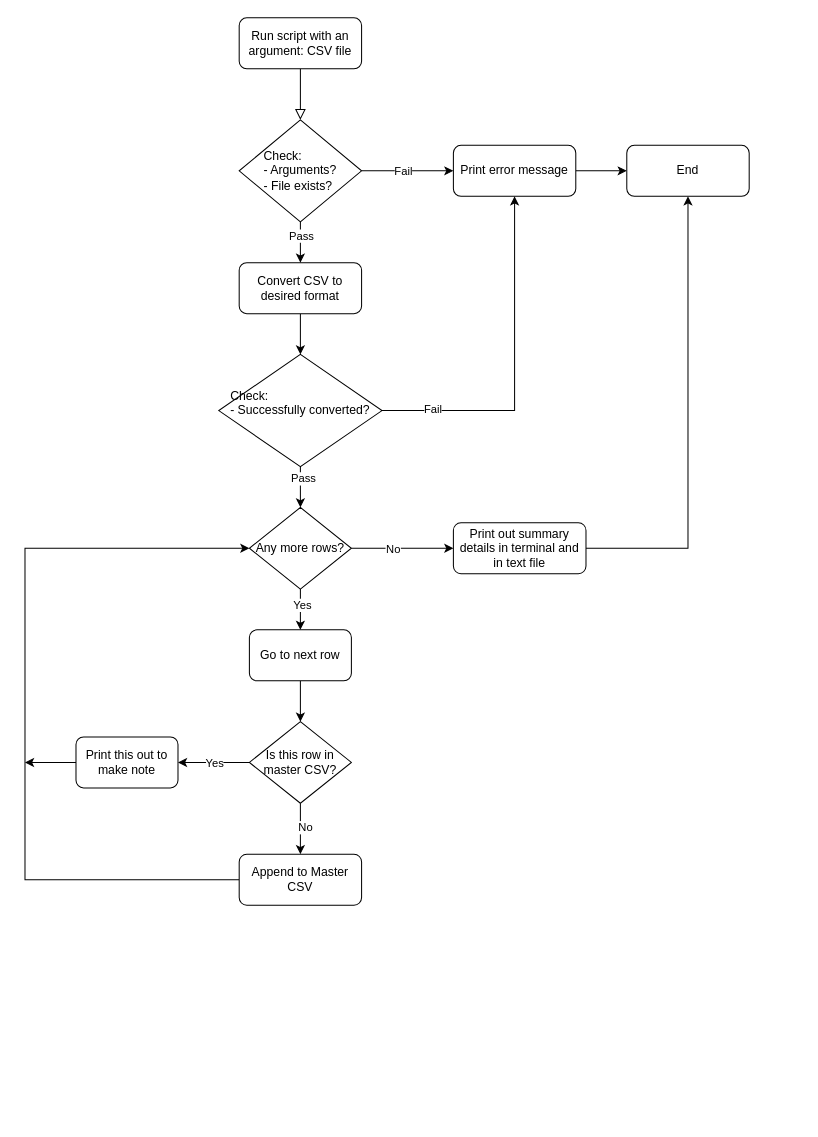
Earlier version of the draw.io diagram tools/trade_history_to_csv/convert_csv_td.drawio (phooten/finance). Source tidied: cells renumbered, new cells numbered last; positions are measured from the earlier drawing's top-left corner, leaving out a move shared by most shapes. Both pictures are drawn from the tidied source at 102%, with x=0, y=0 at pixel (24, 17).
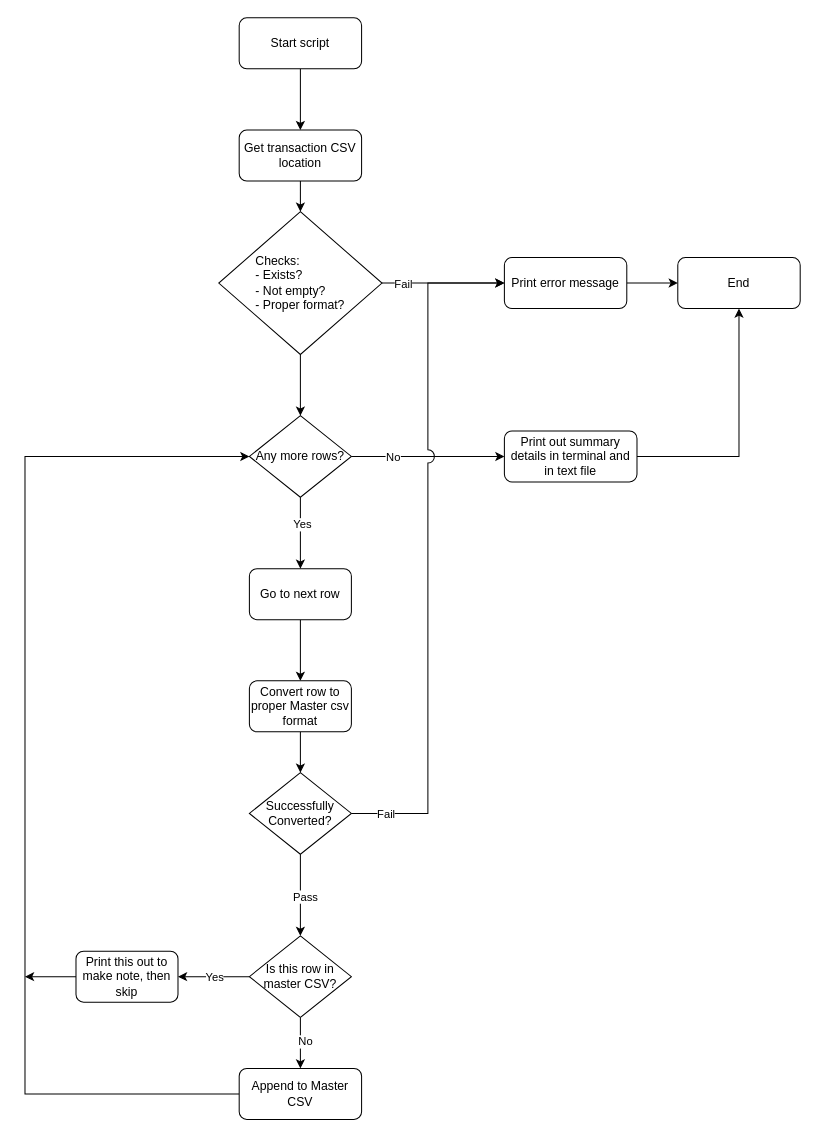
Above is the later version.

The change refers to these unchanged cells:
```xml
<mxCell id="8" style="edgeStyle=orthogonalEdgeStyle;rounded=0;jettySize=auto;html=1;entryX=0;entryY=0.5;entryDx=0;entryDy=0;" parent="1" edge="1" source="12" target="14">
  <mxGeometry relative="1" as="geometry" />
</mxCell>
<mxCell id="28" style="edgeStyle=orthogonalEdgeStyle;rounded=0;jettySize=auto;html=1;entryX=0;entryY=0.5;entryDx=0;entryDy=0;" parent="1" edge="1" source="30" target="32">
  <mxGeometry relative="1" as="geometry" />
</mxCell>
```

Change to the diagram source:
```diff
@@
-    <mxCell id="2" style="rounded=0;html=1;jettySize=auto;fontSize=11;endArrow=block;endFill=0;endSize=8;strokeWidth=1;shadow=0;labelBackgroundColor=none;edgeStyle=orthogonalEdgeStyle;entryX=0.5;entryY=0;entryDx=0;entryDy=0;" parent="1" edge="1" source="3" target="12">
-      <mxGeometry relative="1" as="geometry" />
-    </mxCell>
+    <mxCell id="36" style="edgeStyle=orthogonalEdgeStyle;rounded=0;jettySize=auto;html=1;entryX=0.5;entryY=0;entryDx=0;entryDy=0;" parent="1" edge="1" source="3" target="40">
+      <mxGeometry relative="1" as="geometry" />
+    </mxCell>
-    <mxCell id="3" value="Run script with an argument: CSV file" style="rounded=1;whiteSpace=wrap;html=1;fontSize=12;glass=0;strokeWidth=1;shadow=0;" parent="1" vertex="1">
+    <mxCell id="3" value="Start script" style="rounded=1;whiteSpace=wrap;html=1;fontSize=12;glass=0;strokeWidth=1;shadow=0;" parent="1" vertex="1">
       <mxGeometry x="210" width="120" height="50" as="geometry" />
     </mxCell>
-    <mxCell id="4" style="edgeStyle=orthogonalEdgeStyle;rounded=0;jettySize=auto;html=1;entryX=0.5;entryY=0;entryDx=0;entryDy=0;" parent="1" edge="1" source="5" target="19">
-      <mxGeometry relative="1" as="geometry" />
-    </mxCell>
-    <mxCell id="5" value="Convert CSV to desired format" style="rounded=1;whiteSpace=wrap;html=1;fontSize=12;glass=0;strokeWidth=1;shadow=0;" parent="1" vertex="1">
-      <mxGeometry x="210" y="240" width="120" height="50" as="geometry" />
-    </mxCell>
-    <mxCell id="6" style="edgeStyle=orthogonalEdgeStyle;rounded=0;jettySize=auto;html=1;entryX=0.5;entryY=0;entryDx=0;entryDy=0;" parent="1" edge="1" source="7" target="23">
-      <mxGeometry relative="1" as="geometry" />
-    </mxCell>
+    <mxCell id="37" style="edgeStyle=orthogonalEdgeStyle;rounded=0;jettySize=auto;html=1;entryX=0.5;entryY=0;entryDx=0;entryDy=0;" parent="1" edge="1" source="7" target="42">
+      <mxGeometry relative="1" as="geometry" />
+    </mxCell>
     <mxCell id="7" value="Go to next row" style="rounded=1;whiteSpace=wrap;html=1;fontSize=12;glass=0;strokeWidth=1;shadow=0;" parent="1" vertex="1">
-      <mxGeometry x="220" y="600" width="100" height="50" as="geometry" />
+      <mxGeometry x="220" y="540" width="100" height="50" as="geometry" />
     </mxCell>
@@
     <mxCell id="9" value="Fail" style="edgeLabel;html=1;align=center;verticalAlign=middle;" parent="8" vertex="1">
       <mxGeometry x="-0.3" y="3" relative="1" as="geometry">
-        <mxPoint x="9" y="3" as="offset" />
+        <mxPoint x="-22" y="3" as="offset" />
       </mxGeometry>
     </mxCell>
-    <mxCell id="10" style="edgeStyle=orthogonalEdgeStyle;rounded=0;jettySize=auto;html=1;" parent="1" edge="1" source="12" target="5">
-      <mxGeometry relative="1" as="geometry" />
-    </mxCell>
-    <mxCell id="11" value="Pass" style="edgeLabel;html=1;align=center;verticalAlign=middle;" parent="10" vertex="1">
-      <mxGeometry x="-0.34" relative="1" as="geometry" />
-    </mxCell>
+    <mxCell id="38" style="edgeStyle=orthogonalEdgeStyle;rounded=0;jettySize=auto;html=1;entryX=0.5;entryY=0;entryDx=0;entryDy=0;" parent="1" edge="1" source="12" target="30">
+      <mxGeometry relative="1" as="geometry" />
+    </mxCell>
-    <mxCell id="12" value="&lt;div style=&quot;text-align: left;&quot;&gt;&lt;span style=&quot;background-color: initial;&quot;&gt;Check:&lt;/span&gt;&lt;/div&gt;&lt;div style=&quot;text-align: left;&quot;&gt;&lt;span style=&quot;background-color: initial;&quot;&gt;- Arguments?&lt;/span&gt;&lt;/div&gt;&lt;div style=&quot;text-align: left;&quot;&gt;&lt;span style=&quot;background-color: initial;&quot;&gt;- File exists?&lt;/span&gt;&lt;/div&gt;" style="rhombus;whiteSpace=wrap;html=1;" parent="1" vertex="1">
-      <mxGeometry x="210" y="100" width="120" height="100" as="geometry" />
+    <mxCell id="12" value="&lt;div style=&quot;text-align: left;&quot;&gt;Checks:&lt;/div&gt;&lt;div style=&quot;text-align: left;&quot;&gt;- Exists?&lt;/div&gt;&lt;div style=&quot;text-align: left;&quot;&gt;- Not empty?&lt;br&gt;&lt;/div&gt;&lt;div style=&quot;text-align: left;&quot;&gt;- Proper format?&lt;/div&gt;" style="rhombus;whiteSpace=wrap;html=1;" parent="1" vertex="1">
+      <mxGeometry x="190" y="190" width="160" height="140" as="geometry" />
     </mxCell>
@@
     <mxCell id="14" value="Print error message" style="rounded=1;whiteSpace=wrap;html=1;fontSize=12;glass=0;strokeWidth=1;shadow=0;" parent="1" vertex="1">
-      <mxGeometry x="420" y="125" width="120" height="50" as="geometry" />
+      <mxGeometry x="470" y="235" width="120" height="50" as="geometry" />
     </mxCell>
-    <mxCell id="15" style="edgeStyle=orthogonalEdgeStyle;rounded=0;jettySize=auto;html=1;entryX=0.5;entryY=1;entryDx=0;entryDy=0;" parent="1" edge="1" source="19" target="14">
-      <mxGeometry relative="1" as="geometry" />
-    </mxCell>
-    <mxCell id="16" value="Fail" style="edgeLabel;html=1;align=center;verticalAlign=middle;" parent="15" vertex="1">
-      <mxGeometry x="-0.71" y="2" relative="1" as="geometry" />
-    </mxCell>
-    <mxCell id="17" style="edgeStyle=orthogonalEdgeStyle;rounded=0;jettySize=auto;html=1;entryX=0.5;entryY=0;entryDx=0;entryDy=0;" parent="1" edge="1" source="19" target="30">
-      <mxGeometry relative="1" as="geometry" />
-    </mxCell>
-    <mxCell id="18" value="Pass" style="edgeLabel;html=1;align=center;verticalAlign=middle;" parent="17" vertex="1">
-      <mxGeometry x="-0.43" y="2" relative="1" as="geometry" />
-    </mxCell>
-    <mxCell id="19" value="&lt;div style=&quot;text-align: left;&quot;&gt;Check:&lt;/div&gt;&lt;div style=&quot;text-align: left;&quot;&gt;- Successfully converted?&lt;/div&gt;&lt;div style=&quot;text-align: left;&quot;&gt;&lt;br&gt;&lt;/div&gt;" style="rhombus;whiteSpace=wrap;html=1;" parent="1" vertex="1">
-      <mxGeometry x="190" y="330" width="160" height="110" as="geometry" />
-    </mxCell>
@@
     <mxCell id="22" value="Yes" style="edgeStyle=orthogonalEdgeStyle;rounded=0;jettySize=auto;html=1;" parent="1" edge="1" source="23">
       <mxGeometry relative="1" as="geometry">
-        <mxPoint x="150" y="730" as="targetPoint" />
+        <mxPoint x="150" y="940" as="targetPoint" />
       </mxGeometry>
     </mxCell>
     <mxCell id="23" value="Is this row in master CSV?" style="rhombus;whiteSpace=wrap;html=1;" parent="1" vertex="1">
-      <mxGeometry x="220" y="690" width="100" height="80" as="geometry" />
+      <mxGeometry x="220" y="900" width="100" height="80" as="geometry" />
     </mxCell>
     <mxCell id="24" style="edgeStyle=orthogonalEdgeStyle;rounded=0;jettySize=auto;html=1;entryX=0;entryY=0.5;entryDx=0;entryDy=0;" parent="1" edge="1" source="25" target="30">
       <mxGeometry relative="1" as="geometry">
         <Array as="points">
-          <mxPoint y="845" />
-          <mxPoint y="520" />
+          <mxPoint y="1055" />
+          <mxPoint y="430" />
         </Array>
       </mxGeometry>
     </mxCell>
     <mxCell id="25" value="Append to Master CSV" style="rounded=1;whiteSpace=wrap;html=1;fontSize=12;glass=0;strokeWidth=1;shadow=0;" parent="1" vertex="1">
-      <mxGeometry x="210" y="820" width="120" height="50" as="geometry" />
+      <mxGeometry x="210" y="1030" width="120" height="50" as="geometry" />
     </mxCell>
@@
     <mxCell id="29" value="No" style="edgeLabel;html=1;align=center;verticalAlign=middle;" parent="28" vertex="1">
       <mxGeometry x="0.39" y="-3" relative="1" as="geometry">
-        <mxPoint x="-30" y="-3" as="offset" />
+        <mxPoint x="-64" y="-3" as="offset" />
       </mxGeometry>
     </mxCell>
     <mxCell id="30" value="Any more rows?" style="rhombus;whiteSpace=wrap;html=1;" parent="1" vertex="1">
-      <mxGeometry x="220" y="480" width="100" height="80" as="geometry" />
+      <mxGeometry x="220" y="390" width="100" height="80" as="geometry" />
     </mxCell>
@@
     <mxCell id="32" value="Print out summary details in terminal and in text file" style="rounded=1;whiteSpace=wrap;html=1;fontSize=12;glass=0;strokeWidth=1;shadow=0;" parent="1" vertex="1">
-      <mxGeometry x="420" y="495" width="130" height="50" as="geometry" />
+      <mxGeometry x="470" y="405" width="130" height="50" as="geometry" />
     </mxCell>
     <mxCell id="33" style="edgeStyle=orthogonalEdgeStyle;rounded=0;jettySize=auto;html=1;" parent="1" edge="1" source="34">
       <mxGeometry relative="1" as="geometry">
-        <mxPoint y="730" as="targetPoint" />
+        <mxPoint y="940" as="targetPoint" />
       </mxGeometry>
     </mxCell>
-    <mxCell id="34" value="Print this out to make note" style="rounded=1;whiteSpace=wrap;html=1;fontSize=12;glass=0;strokeWidth=1;shadow=0;" parent="1" vertex="1">
-      <mxGeometry x="50" y="705" width="100" height="50" as="geometry" />
+    <mxCell id="34" value="Print this out to make note, then skip" style="rounded=1;whiteSpace=wrap;html=1;fontSize=12;glass=0;strokeWidth=1;shadow=0;" parent="1" vertex="1">
+      <mxGeometry x="50" y="915" width="100" height="50" as="geometry" />
     </mxCell>
     <mxCell id="35" value="End" style="rounded=1;whiteSpace=wrap;html=1;fontSize=12;glass=0;strokeWidth=1;shadow=0;" parent="1" vertex="1">
-      <mxGeometry x="590" y="125" width="120" height="50" as="geometry" />
+      <mxGeometry x="640" y="235" width="120" height="50" as="geometry" />
     </mxCell>
+    <mxCell id="39" style="edgeStyle=orthogonalEdgeStyle;rounded=0;jettySize=auto;html=1;entryX=0.5;entryY=0;entryDx=0;entryDy=0;" parent="1" edge="1" source="40" target="12">
+      <mxGeometry relative="1" as="geometry" />
+    </mxCell>
+    <mxCell id="40" value="Get transaction CSV location" style="rounded=1;whiteSpace=wrap;html=1;fontSize=12;glass=0;strokeWidth=1;shadow=0;" parent="1" vertex="1">
+      <mxGeometry x="210" y="110" width="120" height="50" as="geometry" />
+    </mxCell>
+    <mxCell id="41" style="edgeStyle=orthogonalEdgeStyle;rounded=0;jettySize=auto;html=1;entryX=0.5;entryY=0;entryDx=0;entryDy=0;" parent="1" edge="1" source="42" target="46">
+      <mxGeometry relative="1" as="geometry" />
+    </mxCell>
+    <mxCell id="42" value="Convert row to proper Master csv format" style="rounded=1;whiteSpace=wrap;html=1;fontSize=12;glass=0;strokeWidth=1;shadow=0;" parent="1" vertex="1">
+      <mxGeometry x="220" y="650" width="100" height="50" as="geometry" />
+    </mxCell>
+    <mxCell id="43" style="edgeStyle=orthogonalEdgeStyle;rounded=0;jettySize=auto;html=1;entryX=0;entryY=0.5;entryDx=0;entryDy=0;jumpStyle=arc;jumpSize=13;" parent="1" edge="1" source="46" target="14">
+      <mxGeometry relative="1" as="geometry" />
+    </mxCell>
+    <mxCell id="16" value="Fail" style="edgeLabel;html=1;align=center;verticalAlign=middle;" parent="43" vertex="1">
+      <mxGeometry x="-0.9" relative="1" as="geometry" />
+    </mxCell>
+    <mxCell id="44" style="edgeStyle=orthogonalEdgeStyle;rounded=0;jettySize=auto;html=1;entryX=0.5;entryY=0;entryDx=0;entryDy=0;" parent="1" edge="1" source="46" target="23">
+      <mxGeometry relative="1" as="geometry" />
+    </mxCell>
+    <mxCell id="45" value="Pass" style="edgeLabel;html=1;align=center;verticalAlign=middle;" parent="44" vertex="1">
+      <mxGeometry x="0.03" y="4" relative="1" as="geometry" />
+    </mxCell>
+    <mxCell id="46" value="Successfully&lt;br&gt;Converted?" style="rhombus;whiteSpace=wrap;html=1;" parent="1" vertex="1">
+      <mxGeometry x="220" y="740" width="100" height="80" as="geometry" />
+    </mxCell>
```
